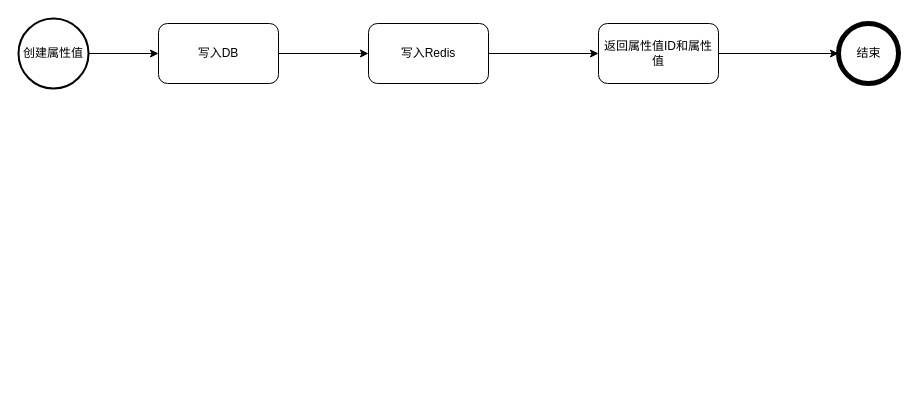
Before: Untitled Diagram.drawio in wenjunting50779/demo, a draw.io diagram. Source tidied: cells renumbered, new cells numbered last; positions are measured from the earlier drawing's top-left corner, leaving out a move shared by most shapes. Both pictures are drawn from the tidied source at 100%, with x=0, y=0 at pixel (18, 18).
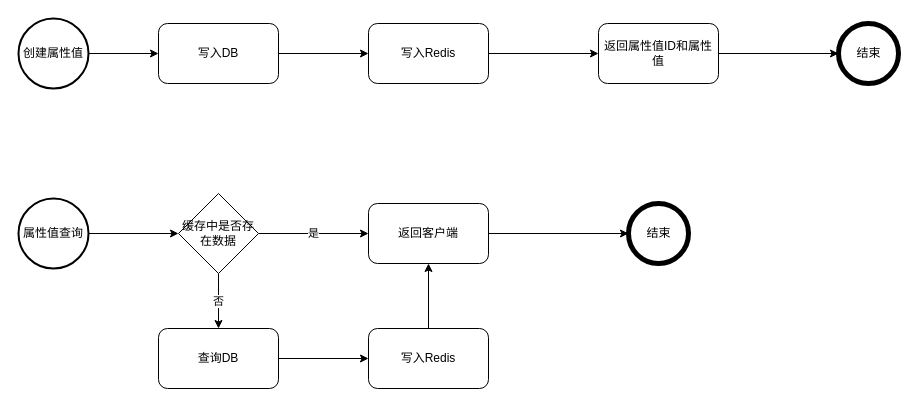
Above is the later version.

The edit, as a diff of the source:
```diff
@@
+    <mxCell id="11" style="edgeStyle=orthogonalEdgeStyle;rounded=0;jettySize=auto;html=1;exitX=1;exitY=0.5;exitDx=0;exitDy=0;exitPerimeter=0;entryX=0;entryY=0.5;entryDx=0;entryDy=0;" parent="1" edge="1" source="12" target="15">
+      <mxGeometry relative="1" as="geometry" />
+    </mxCell>
+    <mxCell id="12" value="属性值查询" style="strokeWidth=2;html=1;shape=mxgraph.flowchart.start_2;whiteSpace=wrap;" parent="1" vertex="1">
+      <mxGeometry y="180" width="70" height="70" as="geometry" />
+    </mxCell>
+    <mxCell id="13" value="是" style="edgeStyle=orthogonalEdgeStyle;rounded=0;jettySize=auto;html=1;exitX=1;exitY=0.5;exitDx=0;exitDy=0;" parent="1" edge="1" source="15" target="17">
+      <mxGeometry relative="1" as="geometry" />
+    </mxCell>
+    <mxCell id="14" value="否" style="edgeStyle=orthogonalEdgeStyle;rounded=0;jettySize=auto;html=1;exitX=0.5;exitY=1;exitDx=0;exitDy=0;entryX=0.5;entryY=0;entryDx=0;entryDy=0;" parent="1" edge="1" source="15" target="19">
+      <mxGeometry relative="1" as="geometry" />
+    </mxCell>
+    <mxCell id="15" value="缓存中是否存在数据" style="rhombus;whiteSpace=wrap;html=1;" parent="1" vertex="1">
+      <mxGeometry x="160" y="175" width="80" height="80" as="geometry" />
+    </mxCell>
+    <mxCell id="16" style="edgeStyle=orthogonalEdgeStyle;rounded=0;jettySize=auto;html=1;exitX=1;exitY=0.5;exitDx=0;exitDy=0;entryX=0;entryY=0.5;entryDx=0;entryDy=0;" parent="1" edge="1" source="17" target="22">
+      <mxGeometry relative="1" as="geometry" />
+    </mxCell>
+    <mxCell id="17" value="返回客户端" style="rounded=1;whiteSpace=wrap;html=1;" parent="1" vertex="1">
+      <mxGeometry x="350" y="185" width="120" height="60" as="geometry" />
+    </mxCell>
+    <mxCell id="18" style="edgeStyle=orthogonalEdgeStyle;rounded=0;jettySize=auto;html=1;exitX=1;exitY=0.5;exitDx=0;exitDy=0;entryX=0;entryY=0.5;entryDx=0;entryDy=0;" parent="1" edge="1" source="19" target="21">
+      <mxGeometry relative="1" as="geometry" />
+    </mxCell>
+    <mxCell id="19" value="查询DB" style="rounded=1;whiteSpace=wrap;html=1;" parent="1" vertex="1">
+      <mxGeometry x="140" y="310" width="120" height="60" as="geometry" />
+    </mxCell>
+    <mxCell id="20" style="edgeStyle=orthogonalEdgeStyle;rounded=0;jettySize=auto;html=1;" parent="1" edge="1" source="21" target="17">
+      <mxGeometry relative="1" as="geometry" />
+    </mxCell>
+    <mxCell id="21" value="写入Redis" style="rounded=1;whiteSpace=wrap;html=1;" parent="1" vertex="1">
+      <mxGeometry x="350" y="310" width="120" height="60" as="geometry" />
+    </mxCell>
+    <mxCell id="22" value="结束" style="shape=ellipse;html=1;dashed=0;whitespace=wrap;strokeWidth=5;perimeter=ellipsePerimeter;" parent="1" vertex="1">
+      <mxGeometry x="610" y="185" width="60" height="60" as="geometry" />
+    </mxCell>
```
